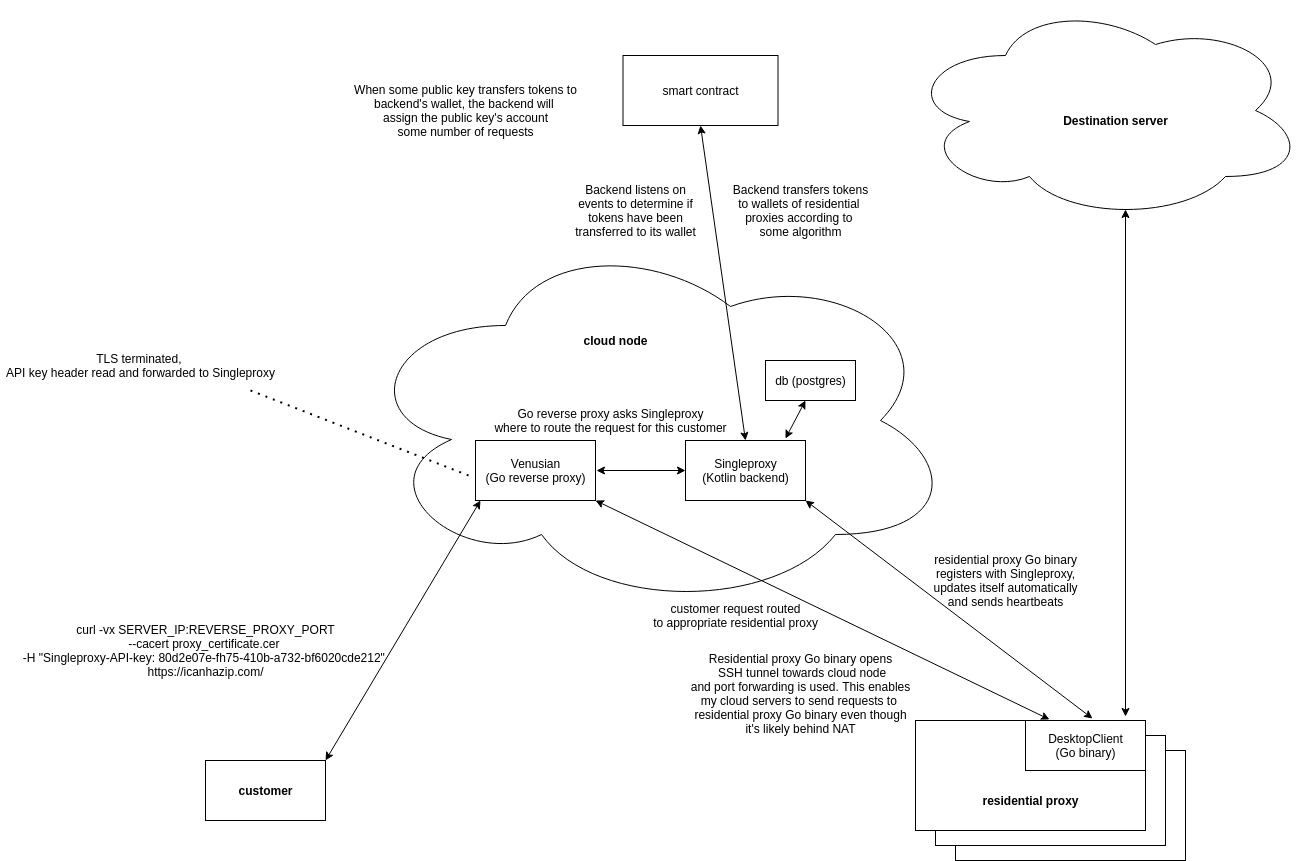
Above: singleproxy.png in Camouflage-Project/architecture (draw.io), before the change. Source tidied: cells renumbered, new cells last; positions are measured from the earlier drawing's top-left corner, leaving out a move shared by most shapes. The source it was exported from:
```xml
<mxGraphModel background="#ffffff">
  <root>
    <mxCell id="0" />
    <mxCell id="1" parent="0" />
    <mxCell id="2" style="rounded=0;whiteSpace=wrap;html=1;" parent="1" vertex="1">
      <mxGeometry x="955" y="750" width="230" height="110" as="geometry" />
    </mxCell>
    <mxCell id="3" style="rounded=0;whiteSpace=wrap;html=1;" parent="1" vertex="1">
      <mxGeometry x="935" y="735" width="230" height="110" as="geometry" />
    </mxCell>
    <mxCell id="4" style="ellipse;shape=cloud;whiteSpace=wrap;html=1;" parent="1" vertex="1">
      <mxGeometry x="355" y="230" width="600" height="380" as="geometry" />
    </mxCell>
    <mxCell id="5" value="&lt;b&gt;cloud node&lt;/b&gt;" style="text;html=1;align=center;verticalAlign=middle;fillColor=none;strokeColor=none;rounded=0;" parent="1" vertex="1">
      <mxGeometry x="575" y="330" width="80" height="20" as="geometry" />
    </mxCell>
    <mxCell id="6" style="rounded=0;whiteSpace=wrap;html=1;" parent="1" vertex="1">
      <mxGeometry x="475" y="440" width="120" height="60" as="geometry" />
    </mxCell>
    <mxCell id="7" value="Venusian&lt;br&gt;(Go reverse proxy)" style="text;html=1;align=center;verticalAlign=middle;points=[];fillColor=none;strokeColor=none;rounded=0;" parent="1" vertex="1">
      <mxGeometry x="475" y="455" width="120" height="30" as="geometry" />
    </mxCell>
    <mxCell id="8" style="rounded=0;whiteSpace=wrap;html=1;" parent="1" vertex="1">
      <mxGeometry x="205" y="760" width="120" height="60" as="geometry" />
    </mxCell>
    <mxCell id="9" value="&lt;b&gt;customer&lt;/b&gt;" style="text;html=1;align=center;verticalAlign=middle;fillColor=none;strokeColor=none;rounded=0;" parent="1" vertex="1">
      <mxGeometry x="230" y="780" width="70" height="20" as="geometry" />
    </mxCell>
    <mxCell id="10" style="rounded=0;whiteSpace=wrap;html=1;" parent="1" vertex="1">
      <mxGeometry x="685" y="440" width="120" height="60" as="geometry" />
    </mxCell>
    <mxCell id="11" value="Singleproxy&lt;br&gt;(Kotlin backend)" style="text;html=1;align=center;verticalAlign=middle;fillColor=none;strokeColor=none;rounded=0;" parent="1" vertex="1">
      <mxGeometry x="695" y="455" width="100" height="30" as="geometry" />
    </mxCell>
    <mxCell id="12" style="rounded=0;whiteSpace=wrap;html=1;" parent="1" vertex="1">
      <mxGeometry x="915" y="720" width="230" height="110" as="geometry" />
    </mxCell>
    <mxCell id="13" value="&lt;b&gt;residential proxy&lt;/b&gt;" style="text;html=1;align=center;verticalAlign=middle;fillColor=none;strokeColor=none;rounded=0;" parent="1" vertex="1">
      <mxGeometry x="975" y="790" width="110" height="20" as="geometry" />
    </mxCell>
    <mxCell id="14" value="Residential proxy Go binary opens&lt;br&gt;&amp;nbsp;SSH tunnel towards cloud node&lt;br&gt;and port forwarding is used. This enables&lt;br&gt;my cloud servers to send requests to&amp;nbsp;&lt;br&gt;residential proxy Go binary even though&lt;br&gt;it's likely behind NAT&lt;br&gt;&lt;div&gt;&lt;br&gt;&lt;/div&gt;" style="text;html=1;align=center;verticalAlign=middle;fillColor=none;strokeColor=none;rounded=0;" parent="1" vertex="1">
      <mxGeometry x="685" y="650" width="230" height="100" as="geometry" />
    </mxCell>
    <mxCell id="15" value="residential proxy Go binary&lt;br&gt;registers with Singleproxy,&lt;br&gt;updates itself automatically&lt;br&gt;and sends heartbeats" style="text;html=1;align=center;verticalAlign=middle;fillColor=none;strokeColor=none;rounded=0;" parent="1" vertex="1">
      <mxGeometry x="925" y="550" width="160" height="60" as="geometry" />
    </mxCell>
    <mxCell id="16" value="curl -vx SERVER_IP:REVERSE_PROXY_PORT&lt;br&gt;--cacert proxy_certificate.cer &lt;br&gt;-H &quot;Singleproxy-API-key: 80d2e07e-fh75-410b-a732-bf6020cde212&quot; &lt;br&gt;https://icanhazip.com/" style="text;html=1;align=center;verticalAlign=middle;fillColor=none;strokeColor=none;rounded=0;" parent="1" vertex="1">
      <mxGeometry x="15" y="620" width="380" height="60" as="geometry" />
    </mxCell>
    <mxCell id="17" value="Go reverse proxy asks Singleproxy&lt;br&gt;where to route the request for this customer" style="text;html=1;align=center;verticalAlign=middle;fillColor=none;strokeColor=none;rounded=0;" parent="1" vertex="1">
      <mxGeometry x="485" y="405" width="250" height="30" as="geometry" />
    </mxCell>
    <mxCell id="18" value="customer request routed&lt;br&gt;to appropriate residential proxy" style="text;html=1;align=center;verticalAlign=middle;fillColor=none;strokeColor=none;rounded=0;" parent="1" vertex="1">
      <mxGeometry x="645" y="600" width="180" height="30" as="geometry" />
    </mxCell>
    <mxCell id="19" style="rounded=0;whiteSpace=wrap;html=1;" parent="1" vertex="1">
      <mxGeometry x="1025" y="720" width="120" height="50" as="geometry" />
    </mxCell>
    <mxCell id="20" value="DesktopClient&lt;br&gt;(Go binary)" style="text;html=1;align=center;verticalAlign=middle;fillColor=none;strokeColor=none;rounded=0;" parent="1" vertex="1">
      <mxGeometry x="1040" y="730" width="90" height="30" as="geometry" />
    </mxCell>
    <mxCell id="21" style="ellipse;shape=cloud;whiteSpace=wrap;html=1;" parent="1" vertex="1">
      <mxGeometry x="905" width="400" height="220" as="geometry" />
    </mxCell>
    <mxCell id="22" value="&lt;b&gt;Destination server&lt;/b&gt;" style="text;html=1;align=center;verticalAlign=middle;fillColor=none;strokeColor=none;rounded=0;" parent="1" vertex="1">
      <mxGeometry x="1055" y="110" width="120" height="20" as="geometry" />
    </mxCell>
    <mxCell id="23" style="endArrow=none;dashed=1;html=1;dashPattern=1 3;strokeWidth=2;entryX=-0.036;entryY=0.7;entryDx=0;entryDy=0;entryPerimeter=0;" parent="1" edge="1" target="7">
      <mxGeometry relative="1" as="geometry">
        <mxPoint x="250" y="390" as="sourcePoint" />
      </mxGeometry>
    </mxCell>
    <mxCell id="24" value="TLS terminated, &lt;br&gt;API key header read and forwarded to Singleproxy" style="text;html=1;align=center;verticalAlign=middle;fillColor=none;strokeColor=none;rounded=0;" parent="1" vertex="1">
      <mxGeometry y="350" width="280" height="30" as="geometry" />
    </mxCell>
    <mxCell id="25" style="endArrow=classic;startArrow=classic;html=1;entryX=0.55;entryY=0.95;entryDx=0;entryDy=0;entryPerimeter=0;" parent="1" edge="1" target="21">
      <mxGeometry relative="1" as="geometry">
        <mxPoint x="1125" y="716" as="sourcePoint" />
      </mxGeometry>
    </mxCell>
    <mxCell id="26" style="endArrow=classic;startArrow=classic;html=1;entryX=0.558;entryY=-0.04;entryDx=0;entryDy=0;entryPerimeter=0;exitX=1;exitY=1;exitDx=0;exitDy=0;" parent="1" edge="1" source="10" target="19">
      <mxGeometry relative="1" as="geometry" />
    </mxCell>
    <mxCell id="27" style="endArrow=classic;startArrow=classic;html=1;entryX=0.2;entryY=-0.02;entryDx=0;entryDy=0;entryPerimeter=0;exitX=1;exitY=1;exitDx=0;exitDy=0;" parent="1" edge="1" source="6" target="19">
      <mxGeometry relative="1" as="geometry" />
    </mxCell>
    <mxCell id="28" style="endArrow=classic;startArrow=classic;html=1;exitX=1;exitY=0;exitDx=0;exitDy=0;" parent="1" edge="1" source="8">
      <mxGeometry relative="1" as="geometry">
        <mxPoint x="480" y="500" as="targetPoint" />
      </mxGeometry>
    </mxCell>
    <mxCell id="29" style="whiteSpace=wrap;html=1;" parent="1" vertex="1">
      <mxGeometry x="765" y="360" width="90" height="40" as="geometry" />
    </mxCell>
    <mxCell id="30" value="db (postgres)" style="text;html=1;align=center;verticalAlign=middle;fillColor=none;strokeColor=none;rounded=0;" parent="1" vertex="1">
      <mxGeometry x="765" y="370" width="90" height="20" as="geometry" />
    </mxCell>
    <mxCell id="31" style="endArrow=classic;startArrow=classic;html=1;entryX=0;entryY=0.5;entryDx=0;entryDy=0;" parent="1" edge="1" target="10">
      <mxGeometry relative="1" as="geometry">
        <mxPoint x="596" y="470" as="sourcePoint" />
      </mxGeometry>
    </mxCell>
    <mxCell id="32" style="endArrow=classic;startArrow=classic;html=1;exitX=0.833;exitY=-0.033;exitDx=0;exitDy=0;exitPerimeter=0;" parent="1" edge="1" source="10">
      <mxGeometry relative="1" as="geometry">
        <mxPoint x="805" y="400" as="targetPoint" />
      </mxGeometry>
    </mxCell>
    <mxCell id="33" style="rounded=0;whiteSpace=wrap;html=1;" parent="1" vertex="1">
      <mxGeometry x="622.5" y="55" width="155" height="70" as="geometry" />
    </mxCell>
    <mxCell id="34" value="smart contract" style="text;html=1;align=center;verticalAlign=middle;fillColor=none;strokeColor=none;rounded=0;" parent="1" vertex="1">
      <mxGeometry x="655" y="80" width="90" height="20" as="geometry" />
    </mxCell>
    <mxCell id="35" style="endArrow=classic;startArrow=classic;html=1;exitX=0.5;exitY=0;exitDx=0;exitDy=0;entryX=0.5;entryY=1;entryDx=0;entryDy=0;" parent="1" edge="1" source="10" target="33">
      <mxGeometry relative="1" as="geometry" />
    </mxCell>
    <mxCell id="36" value="Backend listens on&lt;br&gt;events to determine if&lt;br&gt;tokens have been&lt;br&gt;transferred to its wallet" style="text;html=1;align=center;verticalAlign=middle;fillColor=none;strokeColor=none;rounded=0;" parent="1" vertex="1">
      <mxGeometry x="565" y="180" width="140" height="60" as="geometry" />
    </mxCell>
    <mxCell id="37" value="Backend transfers tokens&lt;br&gt;to wallets of residential&amp;nbsp;&lt;br&gt;proxies according to&amp;nbsp;&lt;br&gt;some algorithm" style="text;html=1;align=center;verticalAlign=middle;fillColor=none;strokeColor=none;rounded=0;" parent="1" vertex="1">
      <mxGeometry x="725" y="180" width="150" height="60" as="geometry" />
    </mxCell>
    <mxCell id="38" value="When some public key transfers tokens to&lt;br&gt;backend's wallet, the backend will&amp;nbsp;&lt;br&gt;assign the public&amp;nbsp;key's account&lt;br&gt;some number of requests" style="text;html=1;align=center;verticalAlign=middle;fillColor=none;strokeColor=none;rounded=0;" parent="1" vertex="1">
      <mxGeometry x="345" y="80" width="240" height="60" as="geometry" />
    </mxCell>
  </root>
</mxGraphModel>
```
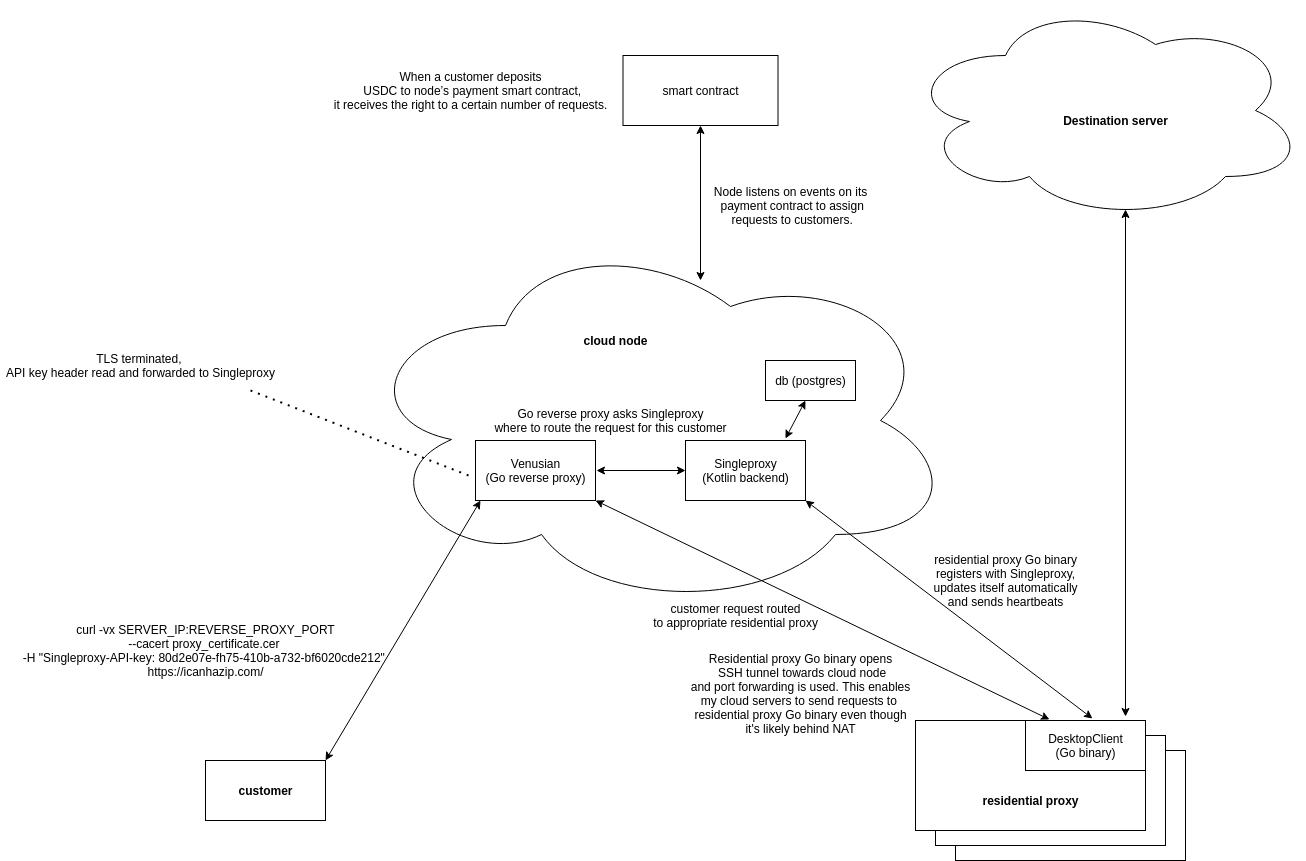
After the change.

Change to the diagram source:
```diff
@@ -111,17 +111,16 @@
     <mxCell id="34" value="smart contract" style="text;html=1;align=center;verticalAlign=middle;fillColor=none;strokeColor=none;rounded=0;" parent="1" vertex="1">
       <mxGeometry x="655" y="80" width="90" height="20" as="geometry" />
     </mxCell>
-    <mxCell id="35" style="endArrow=classic;startArrow=classic;html=1;exitX=0.5;exitY=0;exitDx=0;exitDy=0;entryX=0.5;entryY=1;entryDx=0;entryDy=0;" parent="1" edge="1" source="10" target="33">
-      <mxGeometry relative="1" as="geometry" />
+    <mxCell id="35" style="endArrow=classic;startArrow=classic;html=1;entryX=0.5;entryY=1;entryDx=0;entryDy=0;" parent="1" edge="1" target="33">
+      <mxGeometry relative="1" as="geometry">
+        <mxPoint x="700" y="280" as="sourcePoint" />
+      </mxGeometry>
     </mxCell>
-    <mxCell id="36" value="Backend listens on&lt;br&gt;events to determine if&lt;br&gt;tokens have been&lt;br&gt;transferred to its wallet" style="text;html=1;align=center;verticalAlign=middle;fillColor=none;strokeColor=none;rounded=0;" parent="1" vertex="1">
-      <mxGeometry x="565" y="180" width="140" height="60" as="geometry" />
+    <mxCell id="36" value="Node listens on events on its&lt;br&gt;&amp;nbsp;payment contract to assign&lt;br&gt;&amp;nbsp;requests to customers." style="text;html=1;align=center;verticalAlign=middle;fillColor=none;strokeColor=none;rounded=0;" parent="1" vertex="1">
+      <mxGeometry x="705" y="180" width="170" height="50" as="geometry" />
     </mxCell>
-    <mxCell id="37" value="Backend transfers tokens&lt;br&gt;to wallets of residential&amp;nbsp;&lt;br&gt;proxies according to&amp;nbsp;&lt;br&gt;some algorithm" style="text;html=1;align=center;verticalAlign=middle;fillColor=none;strokeColor=none;rounded=0;" parent="1" vertex="1">
-      <mxGeometry x="725" y="180" width="150" height="60" as="geometry" />
-    </mxCell>
-    <mxCell id="38" value="When some public key transfers tokens to&lt;br&gt;backend's wallet, the backend will&amp;nbsp;&lt;br&gt;assign the public&amp;nbsp;key's account&lt;br&gt;some number of requests" style="text;html=1;align=center;verticalAlign=middle;fillColor=none;strokeColor=none;rounded=0;" parent="1" vertex="1">
-      <mxGeometry x="345" y="80" width="240" height="60" as="geometry" />
+    <mxCell id="38" value="When a customer deposits&lt;br&gt;&amp;nbsp;USDC to node’s payment smart contract,&lt;br&gt;it receives the right to a certain number of requests." style="text;html=1;align=center;verticalAlign=middle;fillColor=none;strokeColor=none;rounded=0;" parent="1" vertex="1">
+      <mxGeometry x="325" y="65" width="290" height="50" as="geometry" />
     </mxCell>
   </root>
 </mxGraphModel>
```
